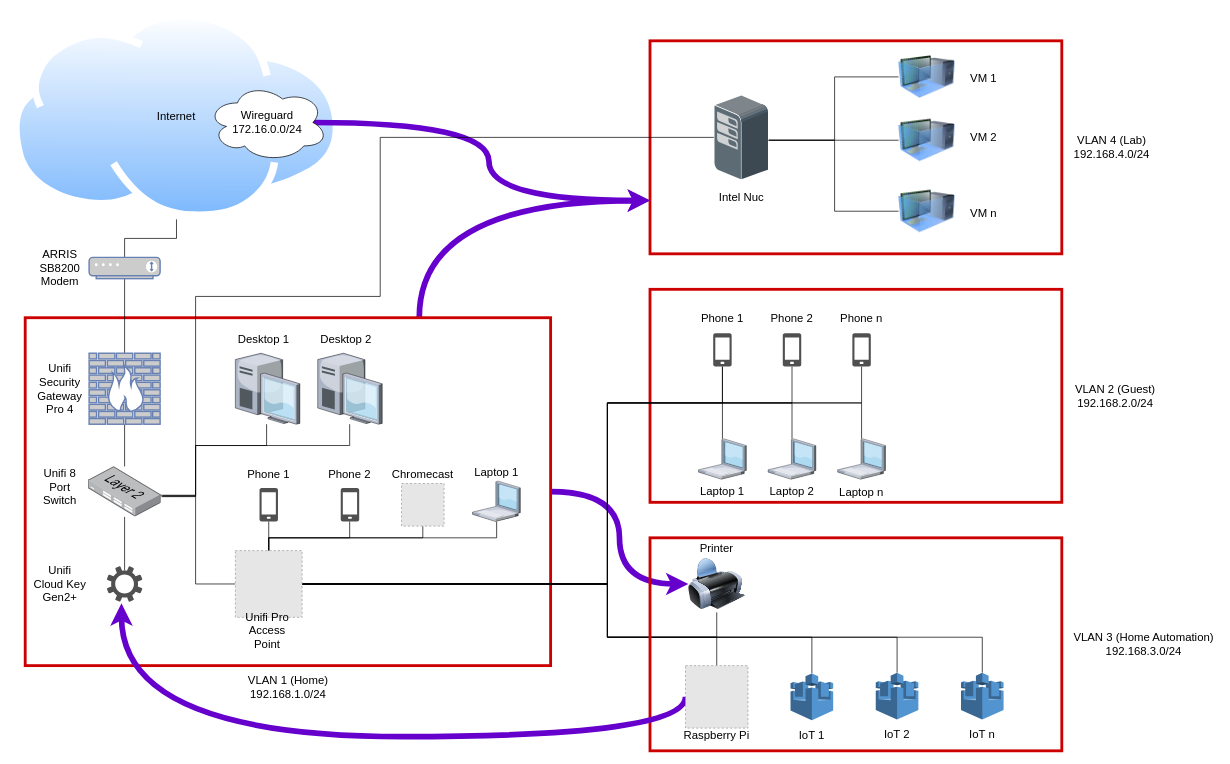
kmanc/unifi_network_setup keeps this draw.io diagram as page "Current" (1 of 2) of docs/images/network_diagram_source.drawio. Above is the earlier version. Source tidied: cells renumbered, new cells numbered last; positions are measured from the earlier drawing's top-left corner, leaving out a move shared by most shapes. Both pictures are drawn from the tidied source at 71%, with x=0, y=0 at pixel (12, 12). Pictures stored in the file or linked from it are replaced by grey dashed boxes.
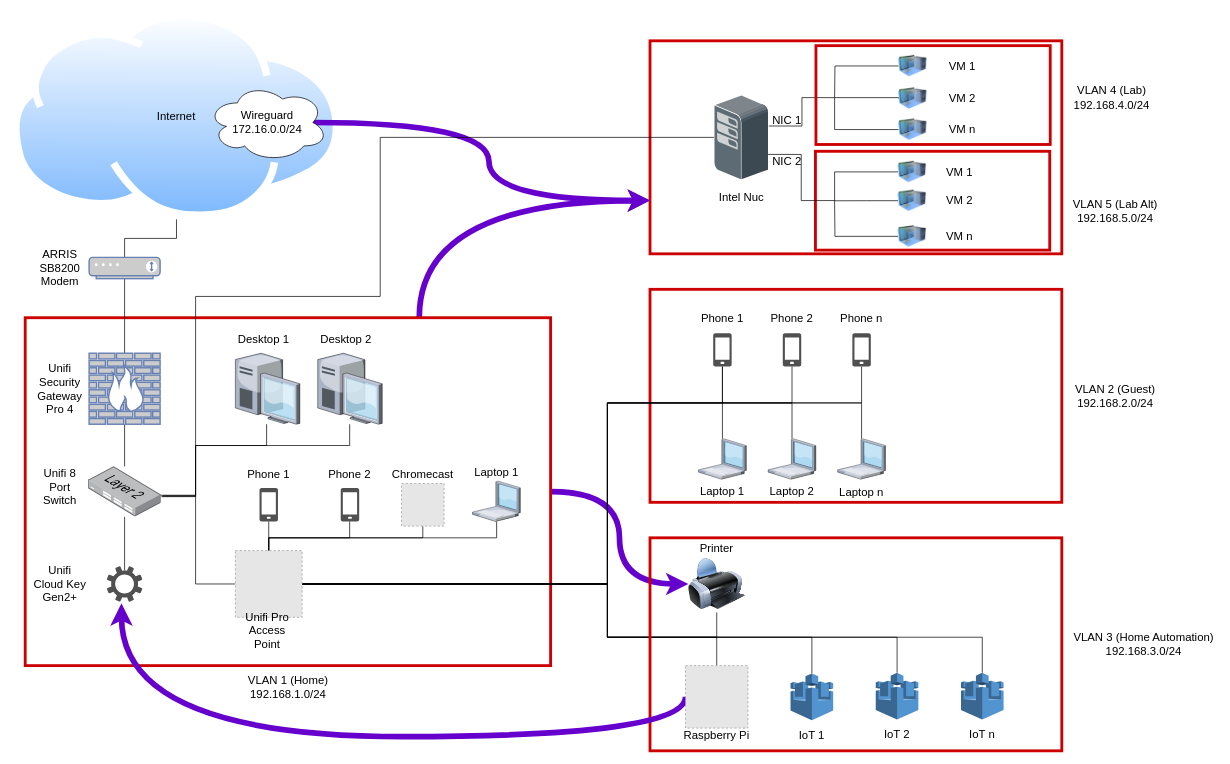
The same diagram, later.

Unchanged cells that the change refers to:
```xml
<mxCell id="46" style="shadow=0;dashed=0;html=1;labelPosition=center;verticalLabelPosition=bottom;verticalAlign=top;align=center;outlineConnect=0;shape=mxgraph.veeam.3d.esx_esxi;" parent="1" vertex="1">
  <mxGeometry x="988" y="116" width="77" height="120" as="geometry" />
</mxCell>
```

The edit, as a diff of the source:
```diff
@@
+    <mxCell id="96" style="rounded=0;whiteSpace=wrap;html=1;strokeColor=#CC0000;fillColor=none;strokeWidth=4;" parent="1" vertex="1">
+      <mxGeometry x="1131" y="195.6" width="330" height="139.2" as="geometry" />
+    </mxCell>
@@
-    <mxCell id="44" style="edgeStyle=orthogonalEdgeStyle;rounded=0;jettySize=auto;html=1;exitX=0;exitY=0.5;exitDx=0;exitDy=0;fontSize=16;endArrow=none;endFill=0;" parent="1" edge="1" source="45" target="46">
-      <mxGeometry relative="1" as="geometry">
-        <Array as="points">
-          <mxPoint x="1158" y="91" />
-          <mxPoint x="1158" y="180" />
-        </Array>
-      </mxGeometry>
-    </mxCell>
+    <mxCell id="97" style="edgeStyle=orthogonalEdgeStyle;rounded=0;jettySize=auto;html=1;exitX=0;exitY=0.5;exitDx=0;exitDy=0;endArrow=none;endFill=0;" parent="1" edge="1" source="45">
+      <mxGeometry relative="1" as="geometry">
+        <mxPoint x="1158" y="120" as="targetPoint" />
+      </mxGeometry>
+    </mxCell>
     <mxCell id="45" style="image;html=1;image=img/lib/clip_art/computers/Virtual_Machine_128x128.png;" parent="1" vertex="1">
-      <mxGeometry x="1248" y="50.8" width="80" height="80" as="geometry" />
+      <mxGeometry x="1248" y="50.8" width="40" height="49.2" as="geometry" />
     </mxCell>
+    <mxCell id="98" style="edgeStyle=orthogonalEdgeStyle;rounded=0;jettySize=auto;html=1;endArrow=none;endFill=0;" parent="1" edge="1" source="46">
+      <mxGeometry relative="1" as="geometry">
+        <mxPoint x="1158" y="120" as="targetPoint" />
+        <Array as="points">
+          <mxPoint x="1112" y="160" />
+          <mxPoint x="1112" y="120" />
+        </Array>
+      </mxGeometry>
+    </mxCell>
@@
     <mxCell id="52" value="&lt;font style=&quot;font-size: 16px&quot;&gt;VLAN 4 (Lab)&lt;br&gt;192.168.4.0/24&lt;br&gt;&lt;/font&gt;" style="text;html=1;align=center;verticalAlign=middle;strokeColor=none;fillColor=none;" parent="1" vertex="1">
-      <mxGeometry x="1488" y="170" width="120" height="40" as="geometry" />
+      <mxGeometry x="1488" y="100.4" width="120" height="40" as="geometry" />
     </mxCell>
@@
-    <mxCell id="88" style="edgeStyle=orthogonalEdgeStyle;rounded=0;jettySize=auto;html=1;exitX=0;exitY=0.5;exitDx=0;exitDy=0;fontSize=16;endArrow=none;endFill=0;" parent="1" edge="1" source="89" target="46">
-      <mxGeometry relative="1" as="geometry">
-        <Array as="points">
-          <mxPoint x="1198" y="180" />
-          <mxPoint x="1198" y="180" />
-        </Array>
-      </mxGeometry>
-    </mxCell>
-    <mxCell id="89" style="image;html=1;image=img/lib/clip_art/computers/Virtual_Machine_128x128.png;" parent="1" vertex="1">
-      <mxGeometry x="1248" y="140" width="80" height="80" as="geometry" />
-    </mxCell>
-    <mxCell id="90" style="edgeStyle=orthogonalEdgeStyle;rounded=0;jettySize=auto;html=1;exitX=0;exitY=0.5;exitDx=0;exitDy=0;fontSize=16;endArrow=none;endFill=0;" parent="1" edge="1" source="91" target="46">
-      <mxGeometry relative="1" as="geometry">
-        <Array as="points">
-          <mxPoint x="1158" y="280" />
-          <mxPoint x="1158" y="180" />
-        </Array>
-      </mxGeometry>
-    </mxCell>
-    <mxCell id="91" style="image;html=1;image=img/lib/clip_art/computers/Virtual_Machine_128x128.png;" parent="1" vertex="1">
-      <mxGeometry x="1248" y="240" width="80" height="80" as="geometry" />
-    </mxCell>
+    <mxCell id="99" style="rounded=0;whiteSpace=wrap;html=1;strokeColor=#CC0000;fillColor=none;strokeWidth=4;" parent="1" vertex="1">
+      <mxGeometry x="1131.7" y="46.8" width="330" height="139.2" as="geometry" />
+    </mxCell>
     <mxCell id="92" value="&lt;font style=&quot;font-size: 16px&quot;&gt;VM 1&lt;br&gt;&lt;/font&gt;" style="text;html=1;strokeColor=none;fillColor=none;align=center;verticalAlign=middle;whiteSpace=wrap;rounded=0;" parent="1" vertex="1">
-      <mxGeometry x="1328" y="81.5" width="80" height="20" as="geometry" />
+      <mxGeometry x="1298" y="65.4" width="80" height="20" as="geometry" />
     </mxCell>
     <mxCell id="93" value="&lt;font style=&quot;font-size: 16px&quot;&gt;VM 2&lt;br&gt;&lt;/font&gt;" style="text;html=1;strokeColor=none;fillColor=none;align=center;verticalAlign=middle;whiteSpace=wrap;rounded=0;" parent="1" vertex="1">
-      <mxGeometry x="1328" y="165.5" width="80" height="20" as="geometry" />
+      <mxGeometry x="1298" y="110.4" width="80" height="20" as="geometry" />
     </mxCell>
     <mxCell id="94" value="&lt;font style=&quot;font-size: 16px&quot;&gt;VM n&lt;br&gt;&lt;/font&gt;" style="text;html=1;strokeColor=none;fillColor=none;align=center;verticalAlign=middle;whiteSpace=wrap;rounded=0;" parent="1" vertex="1">
-      <mxGeometry x="1328" y="271.5" width="80" height="20" as="geometry" />
+      <mxGeometry x="1298" y="155" width="80" height="20" as="geometry" />
     </mxCell>
@@
+    <mxCell id="100" style="edgeStyle=orthogonalEdgeStyle;rounded=0;jettySize=auto;html=1;exitX=0;exitY=0.5;exitDx=0;exitDy=0;endArrow=none;endFill=0;" parent="1" edge="1" source="101">
+      <mxGeometry relative="1" as="geometry">
+        <mxPoint x="1158" y="160" as="targetPoint" />
+        <Array as="points">
+          <mxPoint x="1248" y="120" />
+          <mxPoint x="1158" y="120" />
+        </Array>
+      </mxGeometry>
+    </mxCell>
+    <mxCell id="101" style="image;html=1;image=img/lib/clip_art/computers/Virtual_Machine_128x128.png;" parent="1" vertex="1">
+      <mxGeometry x="1248" y="96.6" width="40" height="49.2" as="geometry" />
+    </mxCell>
+    <mxCell id="102" style="edgeStyle=orthogonalEdgeStyle;rounded=0;jettySize=auto;html=1;exitX=0;exitY=0.5;exitDx=0;exitDy=0;endArrow=none;endFill=0;" parent="1" edge="1" source="103">
+      <mxGeometry relative="1" as="geometry">
+        <mxPoint x="1158" y="160" as="targetPoint" />
+        <Array as="points">
+          <mxPoint x="1158" y="165" />
+        </Array>
+      </mxGeometry>
+    </mxCell>
+    <mxCell id="103" style="image;html=1;image=img/lib/clip_art/computers/Virtual_Machine_128x128.png;" parent="1" vertex="1">
+      <mxGeometry x="1248" y="140.4" width="40" height="49.2" as="geometry" />
+    </mxCell>
+    <mxCell id="104" value="&lt;font style=&quot;font-size: 16px&quot;&gt;VLAN 5 (Lab Alt)&lt;br&gt;192.168.5.0/24&lt;br&gt;&lt;/font&gt;" style="text;html=1;align=center;verticalAlign=middle;strokeColor=none;fillColor=none;" parent="1" vertex="1">
+      <mxGeometry x="1483" y="255" width="140" height="50" as="geometry" />
+    </mxCell>
+    <mxCell id="105" value="&lt;font style=&quot;font-size: 16px&quot;&gt;NIC 1&lt;br&gt;&lt;/font&gt;" style="text;html=1;strokeColor=none;fillColor=none;align=center;verticalAlign=middle;whiteSpace=wrap;rounded=0;" parent="1" vertex="1">
+      <mxGeometry x="1051" y="140.8" width="80" height="20" as="geometry" />
+    </mxCell>
+    <mxCell id="106" style="edgeStyle=orthogonalEdgeStyle;rounded=0;orthogonalLoop=1;jettySize=auto;html=1;endArrow=none;endFill=0;" parent="1" edge="1">
+      <mxGeometry relative="1" as="geometry">
+        <mxPoint x="1064" y="200" as="sourcePoint" />
+        <mxPoint x="1158" y="265" as="targetPoint" />
+        <Array as="points">
+          <mxPoint x="1064" y="200" />
+          <mxPoint x="1111" y="200" />
+          <mxPoint x="1111" y="265" />
+        </Array>
+      </mxGeometry>
+    </mxCell>
+    <mxCell id="107" style="edgeStyle=orthogonalEdgeStyle;rounded=0;jettySize=auto;html=1;exitX=0;exitY=0.5;exitDx=0;exitDy=0;endArrow=none;endFill=0;" parent="1" edge="1" source="108">
+      <mxGeometry relative="1" as="geometry">
+        <mxPoint x="1158" y="265.3" as="targetPoint" />
+      </mxGeometry>
+    </mxCell>
+    <mxCell id="108" style="image;html=1;image=img/lib/clip_art/computers/Virtual_Machine_128x128.png;" parent="1" vertex="1">
+      <mxGeometry x="1247.3" y="240.6" width="40" height="49.2" as="geometry" />
+    </mxCell>
+    <mxCell id="109" style="edgeStyle=orthogonalEdgeStyle;rounded=0;jettySize=auto;html=1;exitX=0;exitY=0.5;exitDx=0;exitDy=0;endArrow=none;endFill=0;" parent="1" edge="1" source="110">
+      <mxGeometry relative="1" as="geometry">
+        <mxPoint x="1158" y="270" as="targetPoint" />
+      </mxGeometry>
+    </mxCell>
+    <mxCell id="110" style="image;html=1;image=img/lib/clip_art/computers/Virtual_Machine_128x128.png;" parent="1" vertex="1">
+      <mxGeometry x="1247.3" y="290.8" width="40" height="49.2" as="geometry" />
+    </mxCell>
+    <mxCell id="111" value="&lt;font style=&quot;font-size: 16px&quot;&gt;NIC 2&lt;br&gt;&lt;/font&gt;" style="text;html=1;strokeColor=none;fillColor=none;align=center;verticalAlign=middle;whiteSpace=wrap;rounded=0;" parent="1" vertex="1">
+      <mxGeometry x="1051" y="200" width="80" height="20" as="geometry" />
+    </mxCell>
+    <mxCell id="112" style="edgeStyle=orthogonalEdgeStyle;rounded=0;jettySize=auto;html=1;exitX=0;exitY=0.5;exitDx=0;exitDy=0;endArrow=none;endFill=0;" parent="1" edge="1" source="113">
+      <mxGeometry relative="1" as="geometry">
+        <mxPoint x="1158" y="270" as="targetPoint" />
+        <Array as="points">
+          <mxPoint x="1158" y="225" />
+        </Array>
+      </mxGeometry>
+    </mxCell>
+    <mxCell id="113" style="image;html=1;image=img/lib/clip_art/computers/Virtual_Machine_128x128.png;" parent="1" vertex="1">
+      <mxGeometry x="1247.3" y="200" width="40" height="49.2" as="geometry" />
+    </mxCell>
+    <mxCell id="114" value="&lt;font style=&quot;font-size: 16px&quot;&gt;VM 1&lt;br&gt;&lt;/font&gt;" style="text;html=1;strokeColor=none;fillColor=none;align=center;verticalAlign=middle;whiteSpace=wrap;rounded=0;" parent="1" vertex="1">
+      <mxGeometry x="1294" y="214.6" width="80" height="20" as="geometry" />
+    </mxCell>
+    <mxCell id="115" value="&lt;font style=&quot;font-size: 16px&quot;&gt;VM 2&lt;br&gt;&lt;/font&gt;" style="text;html=1;strokeColor=none;fillColor=none;align=center;verticalAlign=middle;whiteSpace=wrap;rounded=0;" parent="1" vertex="1">
+      <mxGeometry x="1294" y="255.3" width="80" height="20" as="geometry" />
+    </mxCell>
+    <mxCell id="116" value="&lt;font style=&quot;font-size: 16px&quot;&gt;VM n&lt;br&gt;&lt;/font&gt;" style="text;html=1;strokeColor=none;fillColor=none;align=center;verticalAlign=middle;whiteSpace=wrap;rounded=0;" parent="1" vertex="1">
+      <mxGeometry x="1294" y="305.4" width="80" height="20" as="geometry" />
+    </mxCell>
+    <mxCell id="117" style="edgeStyle=orthogonalEdgeStyle;rounded=0;orthogonalLoop=1;jettySize=auto;html=1;exitX=0.5;exitY=1;exitDx=0;exitDy=0;endArrow=none;endFill=0;" parent="1" edge="1" source="94" target="94">
+      <mxGeometry relative="1" as="geometry" />
+    </mxCell>
```
